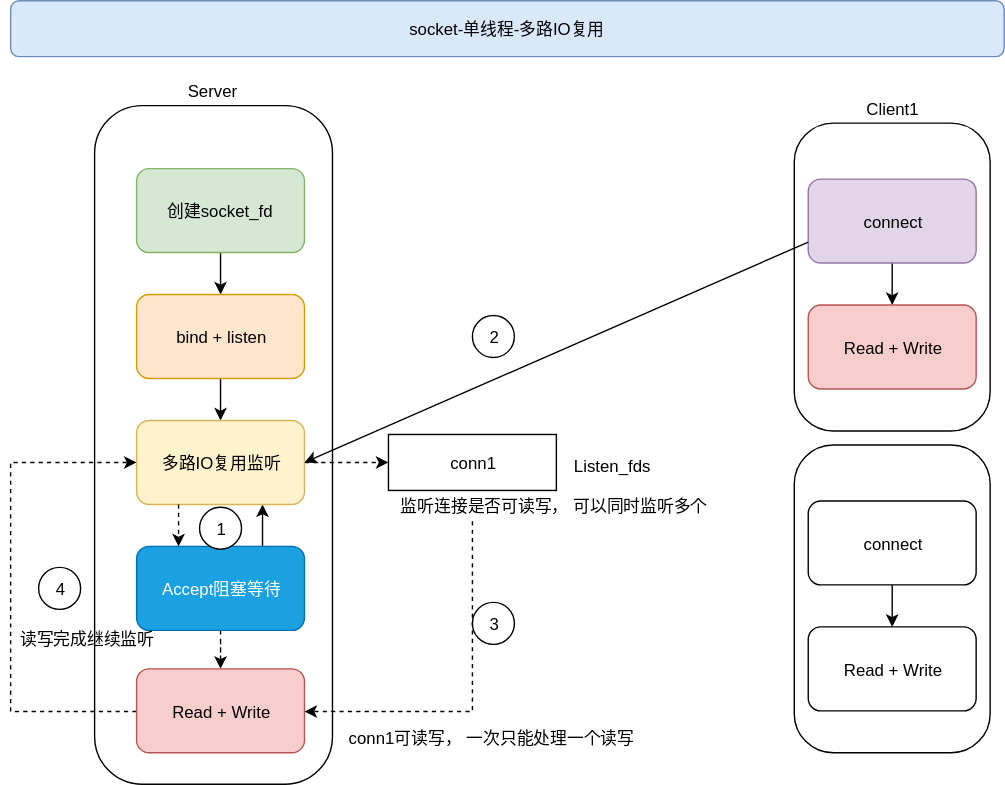
This is 12-面试/12-通用理论/images/socket-单线程IO多路复用.svg from cd-home/Root, a draw.io export, as it was before one commit. Source tidied: cells renumbered, new cells last; positions are measured from the earlier drawing's top-left corner, leaving out a move shared by most shapes.
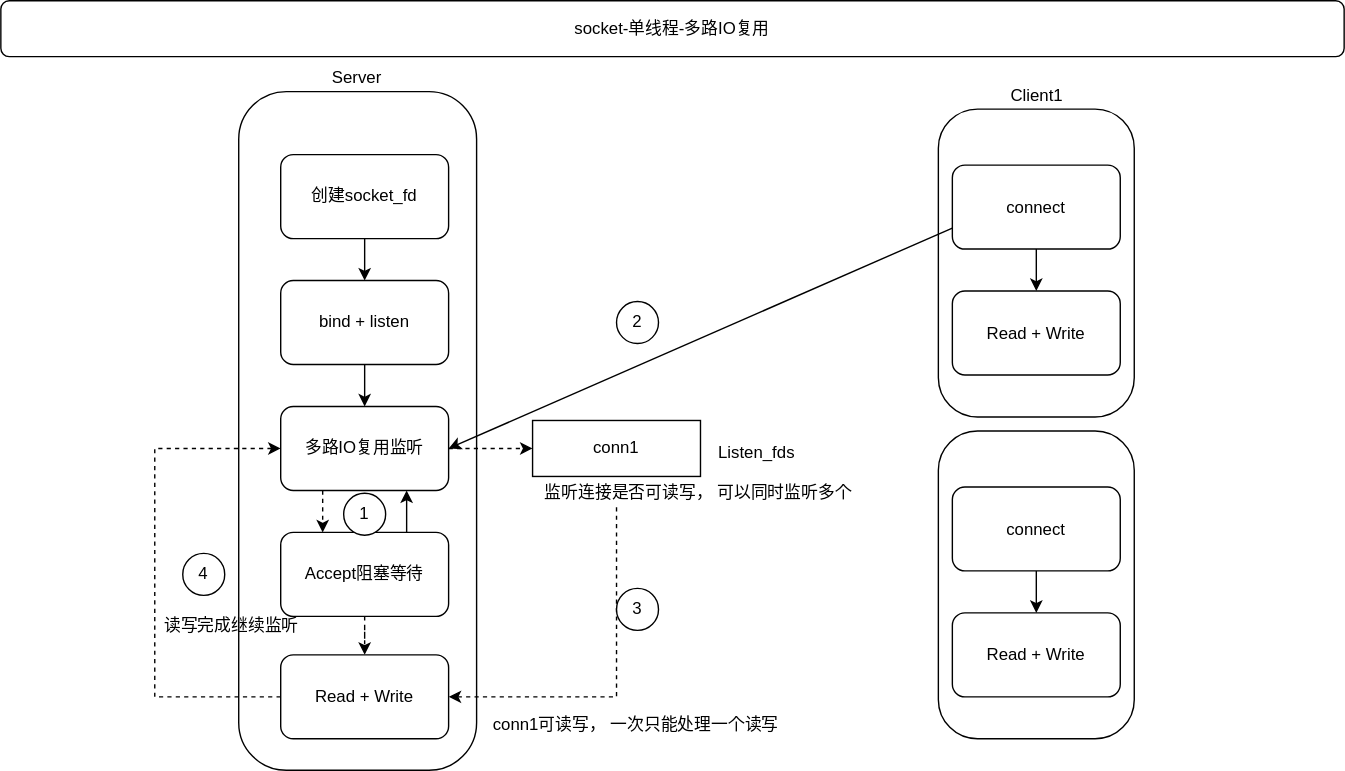
The same file after the commit.

Commit message:
😀🌴⭐🌎☀️🌈🌽: Socket Program

Diff of the diagram source:
```diff
@@ -2,8 +2,8 @@
   <root>
     <mxCell id="0" />
     <mxCell id="1" parent="0" />
-    <mxCell id="2" value="socket-单线程-多路IO复用" style="rounded=1;whiteSpace=wrap;html=1;fillColor=#dae8fc;strokeColor=#6c8ebf;" parent="1" vertex="1">
-      <mxGeometry width="710" height="40" as="geometry" />
+    <mxCell id="2" value="socket-单线程-多路IO复用" style="rounded=1;whiteSpace=wrap;html=1;" parent="1" vertex="1">
+      <mxGeometry x="-110" y="10" width="960" height="40" as="geometry" />
     </mxCell>
     <mxCell id="3" style="rounded=1;whiteSpace=wrap;html=1;arcSize=20;" parent="1" vertex="1">
       <mxGeometry x="60" y="75" width="170" height="485" as="geometry" />
@@ -11,13 +11,13 @@
     <mxCell id="4" style="edgeStyle=orthogonalEdgeStyle;rounded=0;jettySize=auto;html=1;" parent="1" edge="1" source="5" target="7">
       <mxGeometry relative="1" as="geometry" />
     </mxCell>
-    <mxCell id="5" value="创建socket_fd" style="rounded=1;whiteSpace=wrap;html=1;fillColor=#d5e8d4;strokeColor=#82b366;" parent="1" vertex="1">
+    <mxCell id="5" value="创建socket_fd" style="rounded=1;whiteSpace=wrap;html=1;" parent="1" vertex="1">
       <mxGeometry x="90" y="120" width="120" height="60" as="geometry" />
     </mxCell>
     <mxCell id="6" style="edgeStyle=orthogonalEdgeStyle;rounded=0;jettySize=auto;html=1;" parent="1" edge="1" source="7" target="10">
       <mxGeometry relative="1" as="geometry" />
     </mxCell>
-    <mxCell id="7" value="bind + listen" style="rounded=1;whiteSpace=wrap;html=1;fillColor=#ffe6cc;strokeColor=#d79b00;" parent="1" vertex="1">
+    <mxCell id="7" value="bind + listen" style="rounded=1;whiteSpace=wrap;html=1;" parent="1" vertex="1">
       <mxGeometry x="90" y="210" width="120" height="60" as="geometry" />
     </mxCell>
     <mxCell id="8" style="edgeStyle=orthogonalEdgeStyle;rounded=0;jettySize=auto;html=1;startArrow=classic;startFill=1;endArrow=none;endFill=0;entryX=0.75;entryY=0;entryDx=0;entryDy=0;" parent="1" edge="1" source="10" target="12">
@@ -31,13 +31,13 @@
     <mxCell id="9" style="edgeStyle=orthogonalEdgeStyle;rounded=0;jettySize=auto;html=1;dashed=1;" parent="1" edge="1" source="10" target="26">
       <mxGeometry relative="1" as="geometry" />
     </mxCell>
-    <mxCell id="10" value="多路IO复用监听" style="rounded=1;whiteSpace=wrap;html=1;fillColor=#fff2cc;strokeColor=#d6b656;" parent="1" vertex="1">
+    <mxCell id="10" value="多路IO复用监听" style="rounded=1;whiteSpace=wrap;html=1;" parent="1" vertex="1">
       <mxGeometry x="90" y="300" width="120" height="60" as="geometry" />
     </mxCell>
     <mxCell id="11" style="edgeStyle=orthogonalEdgeStyle;rounded=0;jettySize=auto;html=1;dashed=1;" parent="1" edge="1" source="12" target="14">
       <mxGeometry relative="1" as="geometry" />
     </mxCell>
-    <mxCell id="12" value="Accept阻塞等待" style="rounded=1;whiteSpace=wrap;html=1;fillColor=#1ba1e2;strokeColor=#006EAF;fontColor=#ffffff;" parent="1" vertex="1">
+    <mxCell id="12" value="Accept阻塞等待" style="rounded=1;whiteSpace=wrap;html=1;" parent="1" vertex="1">
       <mxGeometry x="90" y="390" width="120" height="60" as="geometry" />
     </mxCell>
     <mxCell id="13" style="edgeStyle=orthogonalEdgeStyle;rounded=0;jettySize=auto;html=1;dashed=1;entryX=0;entryY=0.5;entryDx=0;entryDy=0;" parent="1" edge="1" source="14" target="10">
@@ -48,7 +48,7 @@
         </Array>
       </mxGeometry>
     </mxCell>
-    <mxCell id="14" value="Read + Write" style="rounded=1;whiteSpace=wrap;html=1;fillColor=#f8cecc;strokeColor=#b85450;" parent="1" vertex="1">
+    <mxCell id="14" value="Read + Write" style="rounded=1;whiteSpace=wrap;html=1;" parent="1" vertex="1">
       <mxGeometry x="90" y="477.5" width="120" height="60" as="geometry" />
     </mxCell>
     <mxCell id="15" style="rounded=1;whiteSpace=wrap;html=1;arcSize=20;" parent="1" vertex="1">
@@ -57,10 +57,10 @@
     <mxCell id="16" style="edgeStyle=orthogonalEdgeStyle;rounded=0;jettySize=auto;html=1;" parent="1" edge="1" source="17" target="18">
       <mxGeometry relative="1" as="geometry" />
     </mxCell>
-    <mxCell id="17" value="connect" style="rounded=1;whiteSpace=wrap;html=1;fillColor=#e1d5e7;strokeColor=#9673a6;" parent="1" vertex="1">
+    <mxCell id="17" value="connect" style="rounded=1;whiteSpace=wrap;html=1;" parent="1" vertex="1">
       <mxGeometry x="570" y="127.5" width="120" height="60" as="geometry" />
     </mxCell>
-    <mxCell id="18" value="Read + Write" style="rounded=1;whiteSpace=wrap;html=1;fillColor=#f8cecc;strokeColor=#b85450;" parent="1" vertex="1">
+    <mxCell id="18" value="Read + Write" style="rounded=1;whiteSpace=wrap;html=1;" parent="1" vertex="1">
       <mxGeometry x="570" y="217.5" width="120" height="60" as="geometry" />
     </mxCell>
     <mxCell id="19" style="rounded=1;whiteSpace=wrap;html=1;arcSize=20;" parent="1" vertex="1">
```
